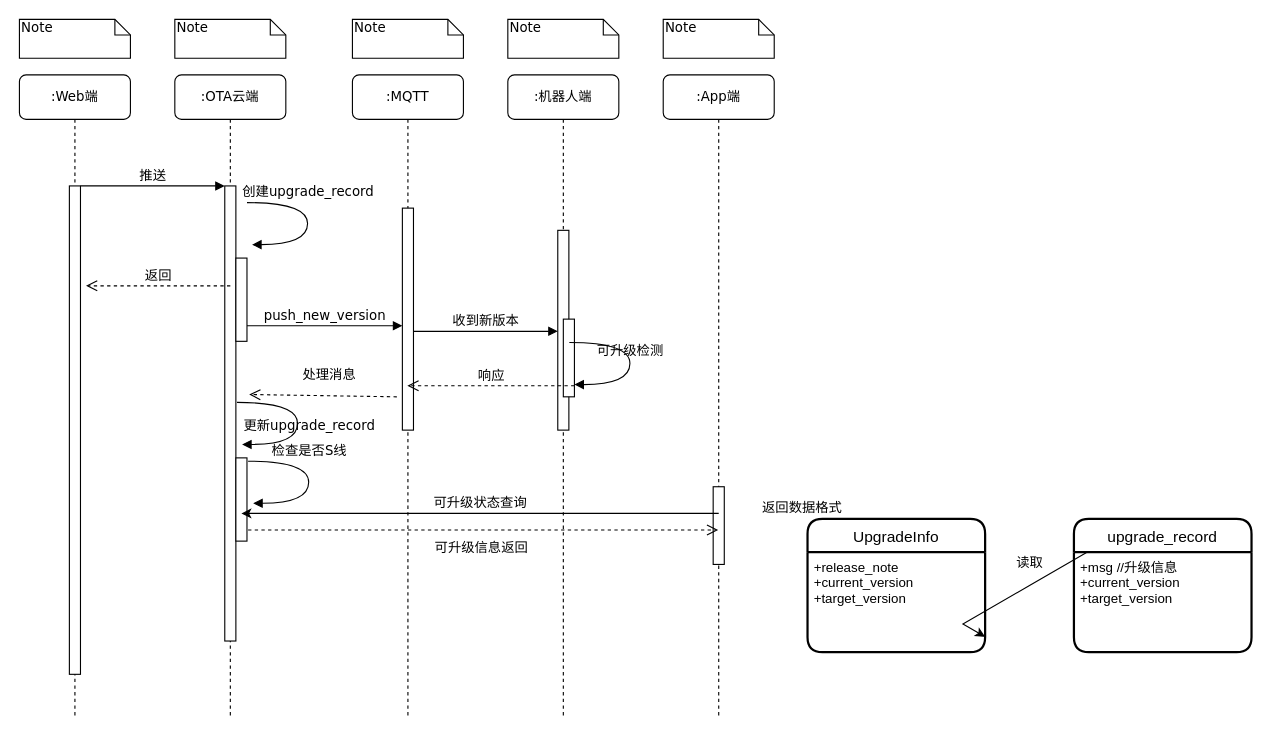
This is craft/push_flow.drawio from feihu618/drawio, a draw.io file, before an edit. Source tidied: cells renumbered, new cells numbered last; positions are measured from the earlier drawing's top-left corner, leaving out a move shared by most shapes. Both pictures are drawn from the tidied source at 111%, with x=0, y=0 at pixel (19, 19).
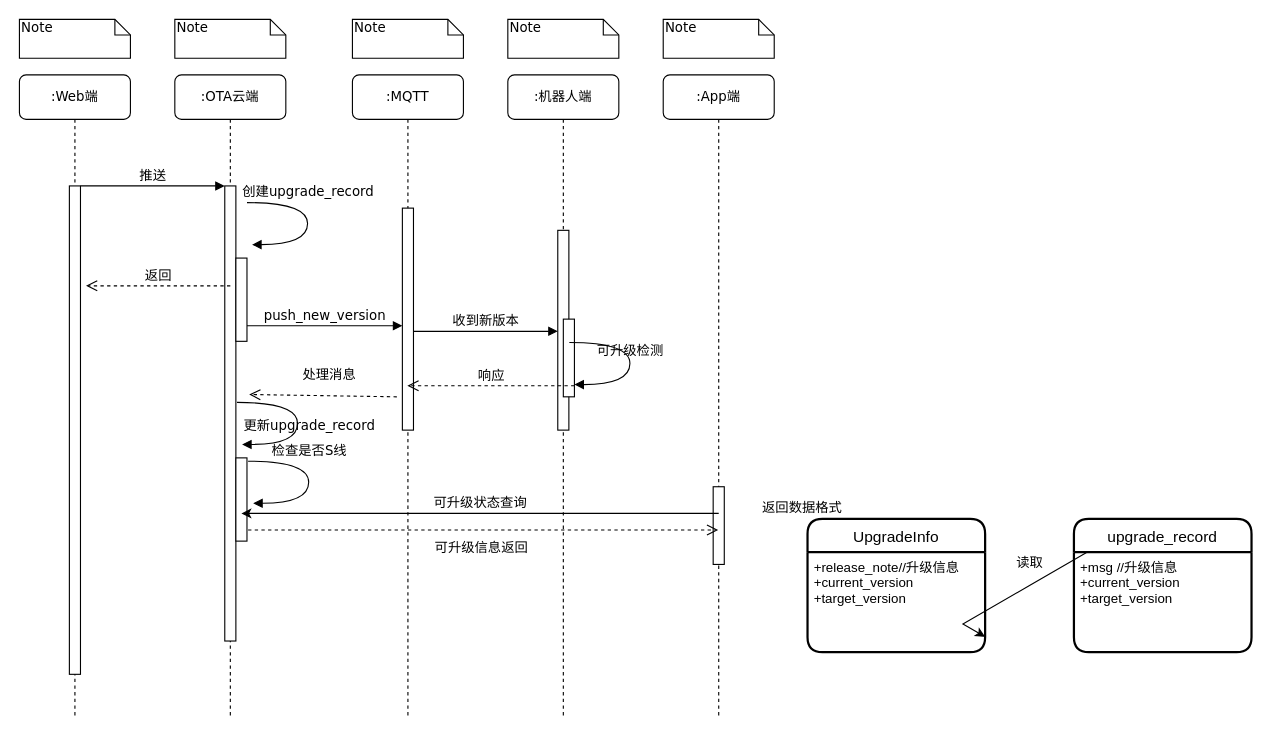
Above is the later version.

The change refers to these unchanged cells:
```xml
<mxCell id="35" value="UpgradeInfo" style="swimlane;horizontal=1;startSize=30;rounded=1;fontSize=14;fontStyle=0;strokeWidth=2;shadow=0;dashed=0;align=center;" parent="1" vertex="1">
  <mxGeometry x="710" y="450" width="160" height="120" as="geometry" />
</mxCell>
```

Diff of the diagram source:
```diff
@@
-    <mxCell id="36" value="+release_note&#10;+current_version&#10;+target_version" style="align=left;strokeColor=none;fillColor=none;spacingLeft=4;fontSize=12;verticalAlign=top;" parent="35" vertex="1">
+    <mxCell id="36" value="+release_note//升级信息&#10;+current_version&#10;+target_version" style="align=left;strokeColor=none;fillColor=none;spacingLeft=4;fontSize=12;verticalAlign=top;" parent="35" vertex="1">
       <mxGeometry y="30" width="160" height="90" as="geometry" />
     </mxCell>
```
